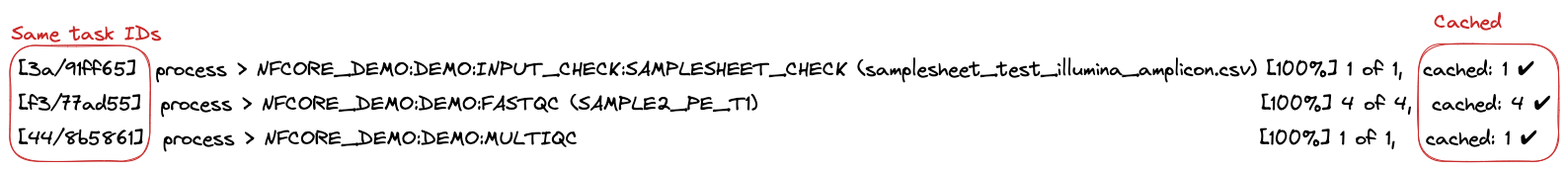
Before: docs/figs/1.1_demoresume.excalidraw.png, a diagram exported from Excalidraw (Sydney-Informatics-Hub/customising-nfcore-workshop). Source tidied: one line per element, renumbered; positions are measured from the earlier drawing's top-left corner, leaving out a move shared by most shapes.
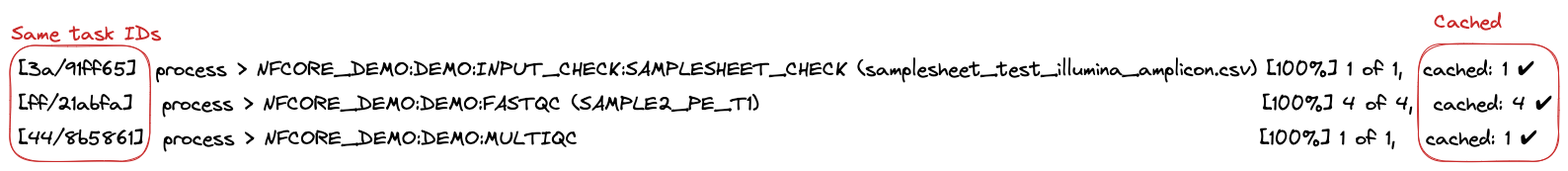
The same file after the commit.

What changed in the source:
```diff
@@ -1,5 +1,5 @@
 {"id": 0, "type": "text", "text": "[3a/91ff65]  process > NFCORE_DEMO:DEMO:INPUT_CHECK:SAMPLESHEET_CHECK (samplesheet_test_illumina_amplicon.csv) [100%] 1 of 1,  cached: 1 ✔", "strokeColor": "#000000", "strokeWidth": 1, "roughness": 1, "fontSize": 20, "fontFamily": 1, "x": 9, "y": 48, "width": 1535, "height": 25}
-{"id": 1, "type": "text", "text": "[f3/77ad55]  process > NFCORE_DEMO:DEMO:FASTQC (SAMPLE2_PE_T1)                                                   [100%] 4 of 4,  cached: 4 ✔", "strokeColor": "#000000", "strokeWidth": 1, "roughness": 1, "fontSize": 20, "fontFamily": 1, "x": 9, "y": 83, "width": 1552, "height": 25}
+{"id": 1, "type": "text", "text": "[ff/21abfa]   process > NFCORE_DEMO:DEMO:FASTQC (SAMPLE2_PE_T1)                                                   [100%] 4 of 4,  cached: 4 ✔", "strokeColor": "#000000", "strokeWidth": 1, "roughness": 1, "fontSize": 20, "fontFamily": 1, "x": 9, "y": 83, "width": 1553, "height": 25}
 {"id": 2, "type": "text", "text": "[44/8b5861]  process > NFCORE_DEMO:DEMO:MULTIQC                                                                     [100%] 1 of 1,   cached: 1 ✔", "strokeColor": "#000000", "strokeWidth": 1, "roughness": 1, "fontSize": 20, "fontFamily": 1, "x": 9, "y": 118, "width": 1538, "height": 25}
 {"id": 3, "type": "rectangle", "strokeColor": "#c92a2a", "strokeWidth": 1, "roughness": 1, "round": true, "x": 1426, "y": 35, "width": 142, "height": 118}
 {"id": 4, "type": "text", "text": "Same task IDs", "strokeColor": "#c92a2a", "strokeWidth": 1, "roughness": 1, "fontSize": 20, "fontFamily": 1, "x": 2, "y": 12, "width": 152, "height": 25}
```
